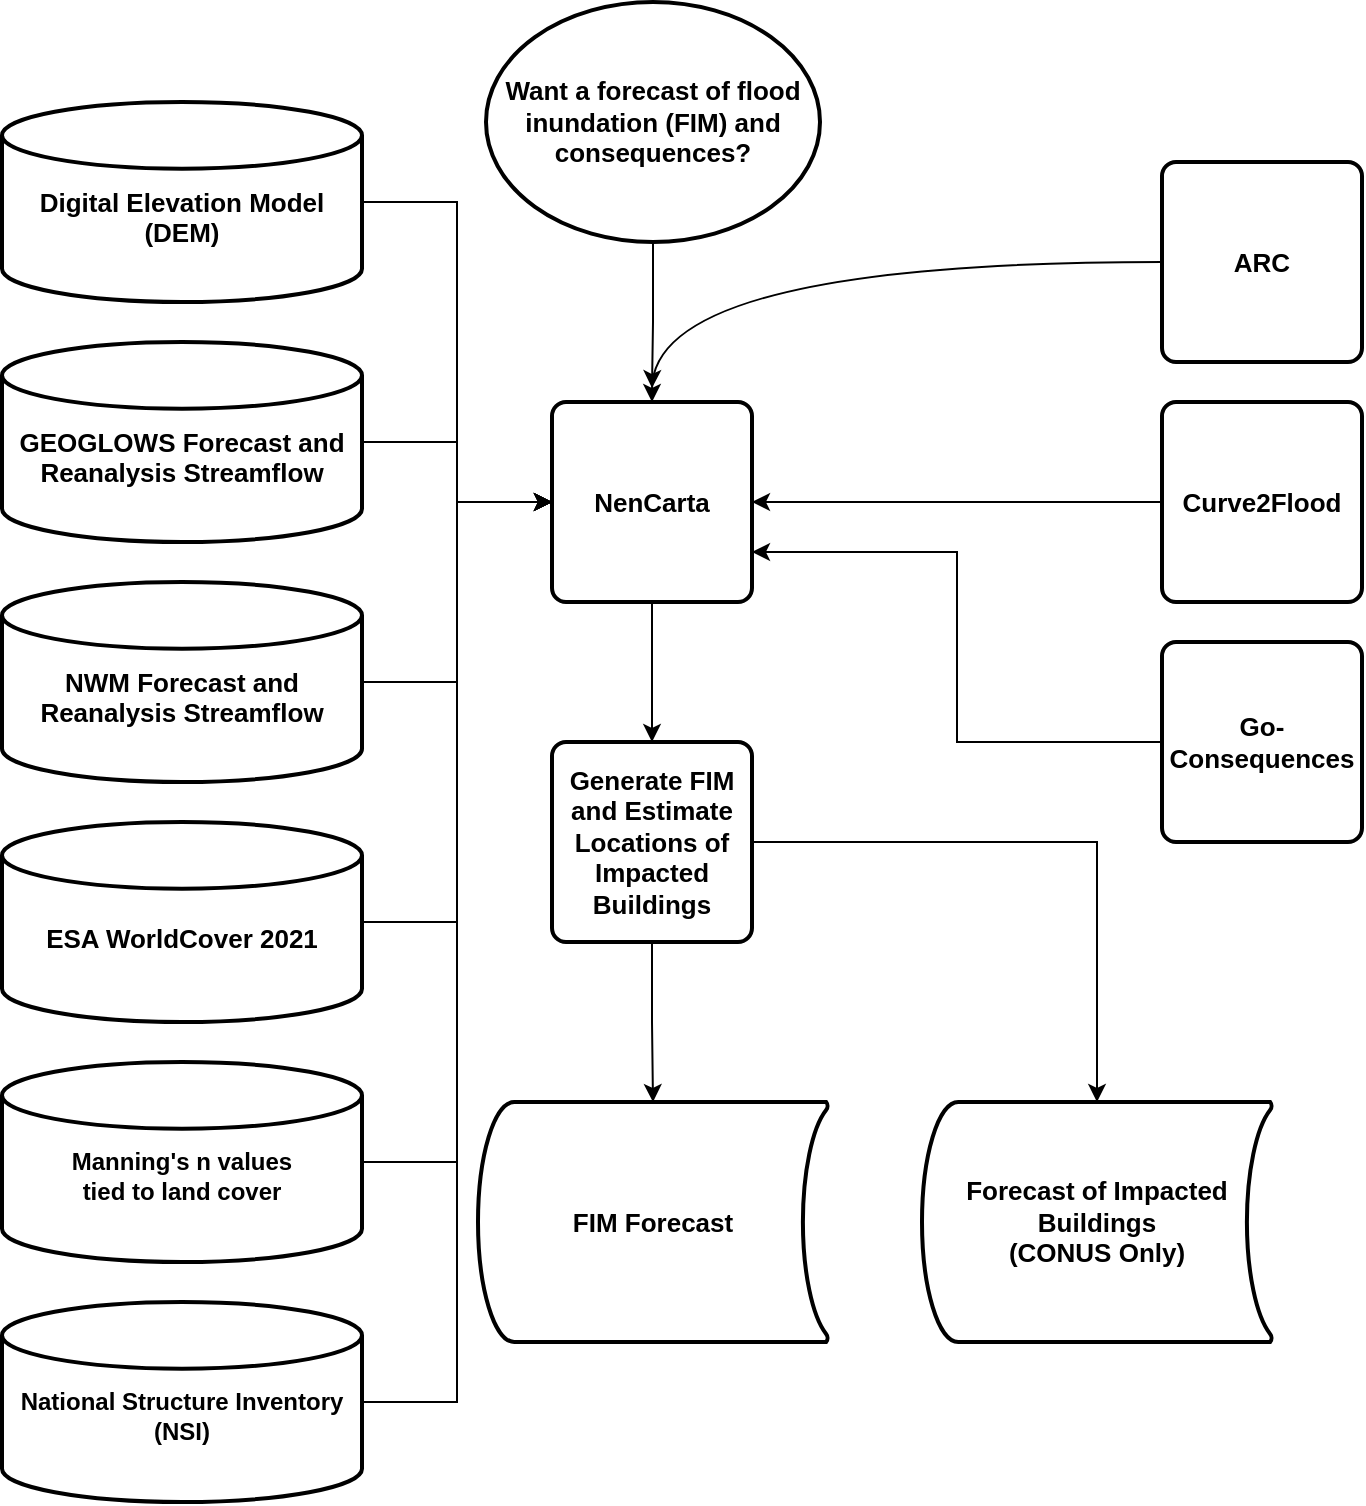
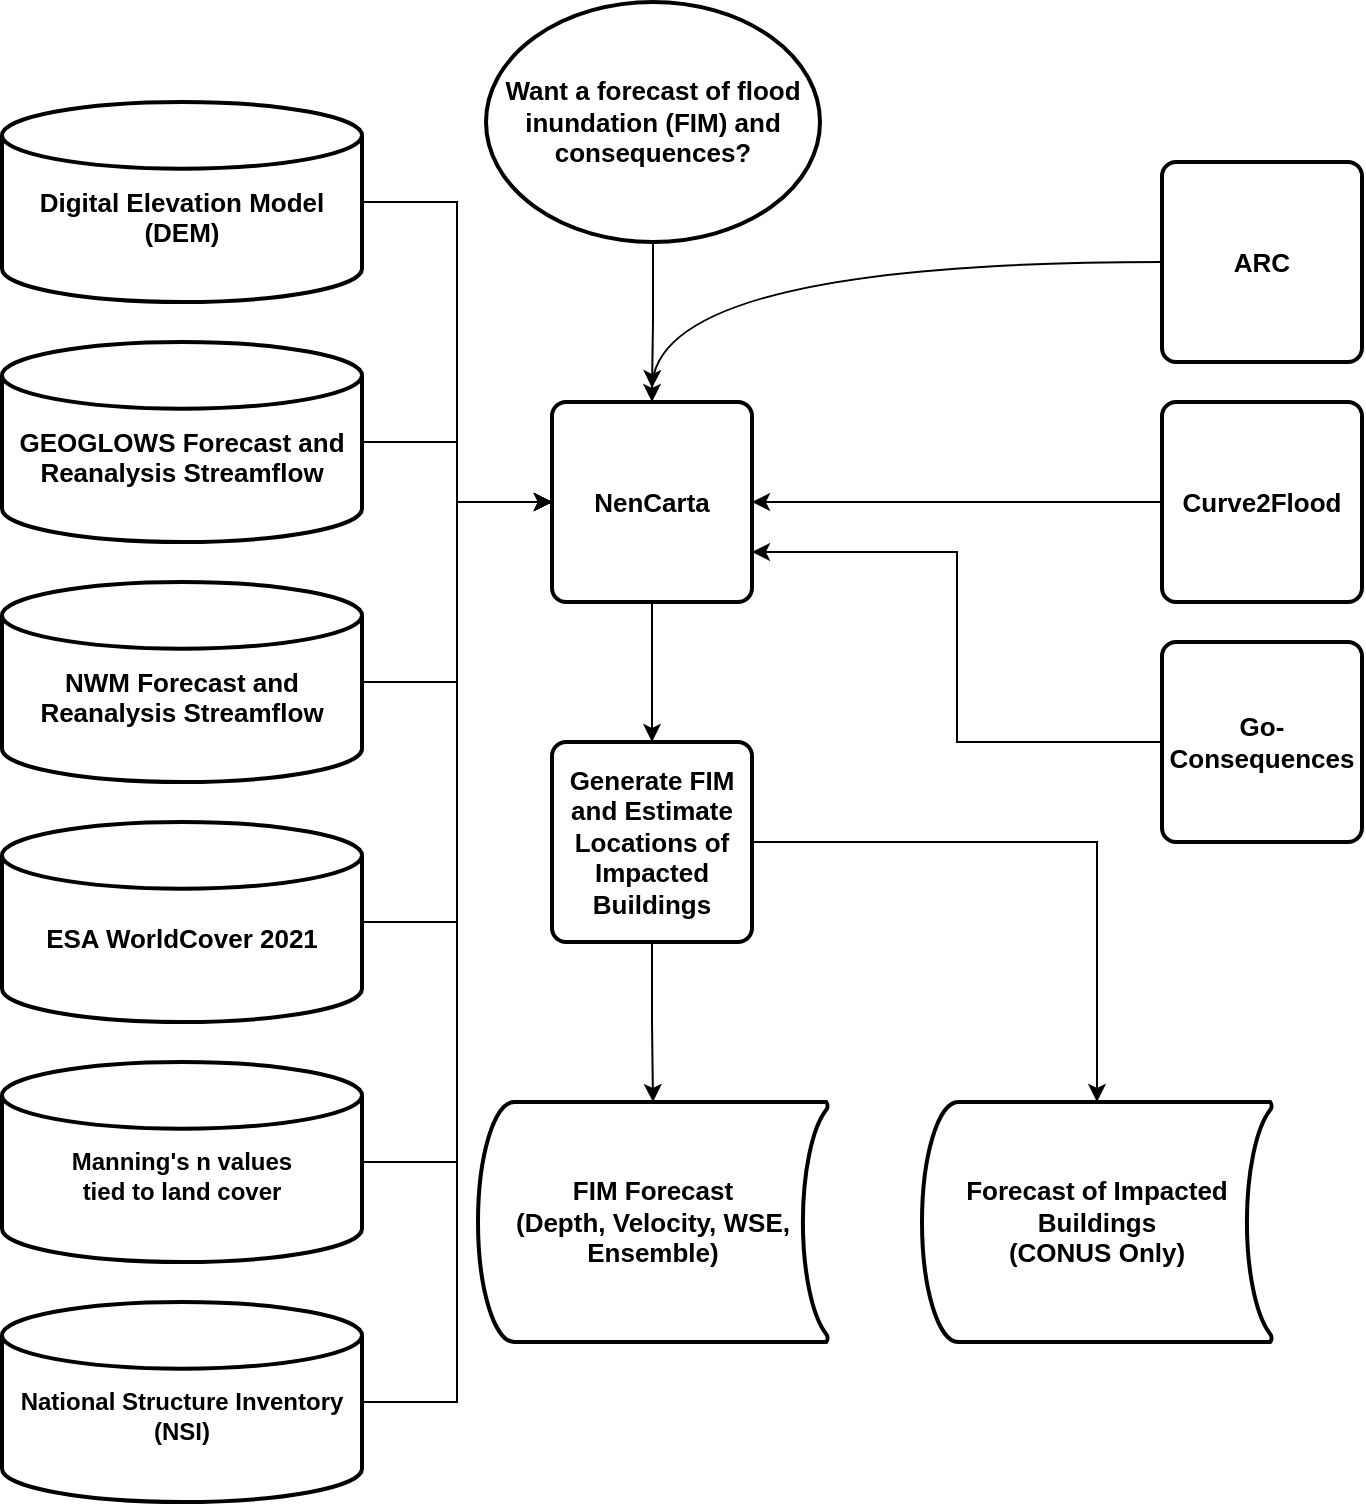
- <mxfile host="app.diagrams.net" agent="Mozilla/5.0 (Windows NT 10.0; Win64; x64) AppleWebKit/537.36 (KHTML, like Gecko) Chrome/142.0.0.0 Safari/537.36" version="28.2.8">
+ <mxfile host="app.diagrams.net" agent="Mozilla/5.0 (Windows NT 10.0; Win64; x64) AppleWebKit/537.36 (KHTML, like Gecko) Chrome/144.0.0.0 Safari/537.36" version="29.3.8">
  <diagram name="Page-1" id="rERJF2D1YIABF24GHqnC">
-     <mxGraphModel dx="1426" dy="1877" grid="1" gridSize="10" guides="1" tooltips="1" connect="1" arrows="1" fold="1" page="1" pageScale="1" pageWidth="850" pageHeight="1100" math="0" shadow="0">
+     <mxGraphModel dx="1426" dy="1843" grid="1" gridSize="10" guides="1" tooltips="1" connect="1" arrows="1" fold="1" page="1" pageScale="1" pageWidth="850" pageHeight="1100" math="0" shadow="0">
      <root>
        <mxCell id="0" />
        <mxCell id="1" parent="0" />
-         <mxCell id="NN2RdpUQW-DhD2QBmOeE-2" value="&lt;b&gt;&lt;font style=&quot;font-size: 13px;&quot;&gt;Want a forecast of flood inundation (FIM) and consequences?&lt;br&gt;&lt;/font&gt;&lt;/b&gt;" style="strokeWidth=2;html=1;shape=mxgraph.flowchart.start_1;whiteSpace=wrap;" parent="1" vertex="1">
-           <mxGeometry x="342" y="-30" width="167" height="120" as="geometry" />
+         <mxCell id="NN2RdpUQW-DhD2QBmOeE-2" parent="1" style="strokeWidth=2;html=1;shape=mxgraph.flowchart.start_1;whiteSpace=wrap;" value="&lt;b&gt;&lt;font style=&quot;font-size: 13px;&quot;&gt;Want a forecast of flood inundation (FIM) and consequences?&lt;br&gt;&lt;/font&gt;&lt;/b&gt;" vertex="1">
+           <mxGeometry height="120" width="167" x="342" y="-30" as="geometry" />
        </mxCell>
-         <mxCell id="NN2RdpUQW-DhD2QBmOeE-3" value="&lt;div&gt;&lt;b&gt;&lt;font style=&quot;font-size: 13px;&quot;&gt;&lt;br&gt;&lt;/font&gt;&lt;/b&gt;&lt;/div&gt;&lt;b&gt;&lt;font style=&quot;font-size: 13px;&quot;&gt;GEOGLOWS Forecast and Reanalysis Streamflow&lt;/font&gt;&lt;/b&gt;" style="strokeWidth=2;html=1;shape=mxgraph.flowchart.database;whiteSpace=wrap;" parent="1" vertex="1">
-           <mxGeometry x="100" y="140" width="180" height="100" as="geometry" />
+         <mxCell id="NN2RdpUQW-DhD2QBmOeE-3" parent="1" style="strokeWidth=2;html=1;shape=mxgraph.flowchart.database;whiteSpace=wrap;" value="&lt;div&gt;&lt;b&gt;&lt;font style=&quot;font-size: 13px;&quot;&gt;&lt;br&gt;&lt;/font&gt;&lt;/b&gt;&lt;/div&gt;&lt;b&gt;&lt;font style=&quot;font-size: 13px;&quot;&gt;GEOGLOWS Forecast and Reanalysis Streamflow&lt;/font&gt;&lt;/b&gt;" vertex="1">
+           <mxGeometry height="100" width="180" x="100" y="140" as="geometry" />
        </mxCell>
-         <mxCell id="NN2RdpUQW-DhD2QBmOeE-14" style="edgeStyle=orthogonalEdgeStyle;rounded=0;orthogonalLoop=1;jettySize=auto;html=1;entryX=0;entryY=0.5;entryDx=0;entryDy=0;" parent="1" source="NN2RdpUQW-DhD2QBmOeE-4" target="NN2RdpUQW-DhD2QBmOeE-8" edge="1">
+         <mxCell id="NN2RdpUQW-DhD2QBmOeE-14" edge="1" parent="1" source="NN2RdpUQW-DhD2QBmOeE-4" style="edgeStyle=orthogonalEdgeStyle;rounded=0;orthogonalLoop=1;jettySize=auto;html=1;entryX=0;entryY=0.5;entryDx=0;entryDy=0;" target="NN2RdpUQW-DhD2QBmOeE-8">
          <mxGeometry relative="1" as="geometry" />
        </mxCell>
-         <mxCell id="NN2RdpUQW-DhD2QBmOeE-4" value="&lt;div&gt;&lt;b&gt;&lt;font style=&quot;font-size: 13px;&quot;&gt;&lt;br&gt;&lt;/font&gt;&lt;/b&gt;&lt;/div&gt;&lt;b&gt;&lt;font style=&quot;font-size: 13px;&quot;&gt;NWM Forecast and Reanalysis Streamflow&lt;/font&gt;&lt;/b&gt;" style="strokeWidth=2;html=1;shape=mxgraph.flowchart.database;whiteSpace=wrap;" parent="1" vertex="1">
-           <mxGeometry x="100" y="260" width="180" height="100" as="geometry" />
+         <mxCell id="NN2RdpUQW-DhD2QBmOeE-4" parent="1" style="strokeWidth=2;html=1;shape=mxgraph.flowchart.database;whiteSpace=wrap;" value="&lt;div&gt;&lt;b&gt;&lt;font style=&quot;font-size: 13px;&quot;&gt;&lt;br&gt;&lt;/font&gt;&lt;/b&gt;&lt;/div&gt;&lt;b&gt;&lt;font style=&quot;font-size: 13px;&quot;&gt;NWM Forecast and Reanalysis Streamflow&lt;/font&gt;&lt;/b&gt;" vertex="1">
+           <mxGeometry height="100" width="180" x="100" y="260" as="geometry" />
        </mxCell>
-         <mxCell id="NN2RdpUQW-DhD2QBmOeE-5" value="&lt;font style=&quot;font-size: 13px;&quot;&gt;&lt;b style=&quot;&quot;&gt;ARC&lt;/b&gt;&lt;/font&gt;" style="rounded=1;whiteSpace=wrap;html=1;absoluteArcSize=1;arcSize=14;strokeWidth=2;" parent="1" vertex="1">
-           <mxGeometry x="680" y="50" width="100" height="100" as="geometry" />
+         <mxCell id="NN2RdpUQW-DhD2QBmOeE-5" parent="1" style="rounded=1;whiteSpace=wrap;html=1;absoluteArcSize=1;arcSize=14;strokeWidth=2;" value="&lt;font style=&quot;font-size: 13px;&quot;&gt;&lt;b style=&quot;&quot;&gt;ARC&lt;/b&gt;&lt;/font&gt;" vertex="1">
+           <mxGeometry height="100" width="100" x="680" y="50" as="geometry" />
        </mxCell>
-         <mxCell id="NN2RdpUQW-DhD2QBmOeE-11" style="edgeStyle=orthogonalEdgeStyle;rounded=0;orthogonalLoop=1;jettySize=auto;html=1;" parent="1" source="NN2RdpUQW-DhD2QBmOeE-6" target="NN2RdpUQW-DhD2QBmOeE-8" edge="1">
+         <mxCell id="NN2RdpUQW-DhD2QBmOeE-11" edge="1" parent="1" source="NN2RdpUQW-DhD2QBmOeE-6" style="edgeStyle=orthogonalEdgeStyle;rounded=0;orthogonalLoop=1;jettySize=auto;html=1;" target="NN2RdpUQW-DhD2QBmOeE-8">
          <mxGeometry relative="1" as="geometry" />
        </mxCell>
-         <mxCell id="NN2RdpUQW-DhD2QBmOeE-6" value="&lt;font style=&quot;font-size: 13px;&quot;&gt;&lt;b style=&quot;&quot;&gt;Curve2Flood&lt;/b&gt;&lt;/font&gt;" style="rounded=1;whiteSpace=wrap;html=1;absoluteArcSize=1;arcSize=14;strokeWidth=2;" parent="1" vertex="1">
-           <mxGeometry x="680" y="170" width="100" height="100" as="geometry" />
+         <mxCell id="NN2RdpUQW-DhD2QBmOeE-6" parent="1" style="rounded=1;whiteSpace=wrap;html=1;absoluteArcSize=1;arcSize=14;strokeWidth=2;" value="&lt;font style=&quot;font-size: 13px;&quot;&gt;&lt;b style=&quot;&quot;&gt;Curve2Flood&lt;/b&gt;&lt;/font&gt;" vertex="1">
+           <mxGeometry height="100" width="100" x="680" y="170" as="geometry" />
        </mxCell>
-         <mxCell id="NN2RdpUQW-DhD2QBmOeE-12" style="edgeStyle=orthogonalEdgeStyle;rounded=0;orthogonalLoop=1;jettySize=auto;html=1;entryX=1;entryY=0.75;entryDx=0;entryDy=0;" parent="1" source="NN2RdpUQW-DhD2QBmOeE-7" target="NN2RdpUQW-DhD2QBmOeE-8" edge="1">
+         <mxCell id="NN2RdpUQW-DhD2QBmOeE-12" edge="1" parent="1" source="NN2RdpUQW-DhD2QBmOeE-7" style="edgeStyle=orthogonalEdgeStyle;rounded=0;orthogonalLoop=1;jettySize=auto;html=1;entryX=1;entryY=0.75;entryDx=0;entryDy=0;" target="NN2RdpUQW-DhD2QBmOeE-8">
          <mxGeometry relative="1" as="geometry" />
        </mxCell>
-         <mxCell id="NN2RdpUQW-DhD2QBmOeE-7" value="&lt;font style=&quot;font-size: 13px;&quot;&gt;&lt;b style=&quot;&quot;&gt;Go-Consequences&lt;/b&gt;&lt;/font&gt;" style="rounded=1;whiteSpace=wrap;html=1;absoluteArcSize=1;arcSize=14;strokeWidth=2;" parent="1" vertex="1">
-           <mxGeometry x="680" y="290" width="100" height="100" as="geometry" />
+         <mxCell id="NN2RdpUQW-DhD2QBmOeE-7" parent="1" style="rounded=1;whiteSpace=wrap;html=1;absoluteArcSize=1;arcSize=14;strokeWidth=2;" value="&lt;font style=&quot;font-size: 13px;&quot;&gt;&lt;b style=&quot;&quot;&gt;Go-Consequences&lt;/b&gt;&lt;/font&gt;" vertex="1">
+           <mxGeometry height="100" width="100" x="680" y="290" as="geometry" />
        </mxCell>
-         <mxCell id="NN2RdpUQW-DhD2QBmOeE-22" style="edgeStyle=orthogonalEdgeStyle;rounded=0;orthogonalLoop=1;jettySize=auto;html=1;" parent="1" source="NN2RdpUQW-DhD2QBmOeE-8" target="NN2RdpUQW-DhD2QBmOeE-21" edge="1">
+         <mxCell id="NN2RdpUQW-DhD2QBmOeE-22" edge="1" parent="1" source="NN2RdpUQW-DhD2QBmOeE-8" style="edgeStyle=orthogonalEdgeStyle;rounded=0;orthogonalLoop=1;jettySize=auto;html=1;" target="NN2RdpUQW-DhD2QBmOeE-21">
          <mxGeometry relative="1" as="geometry" />
        </mxCell>
-         <mxCell id="NN2RdpUQW-DhD2QBmOeE-8" value="&lt;font style=&quot;font-size: 13px;&quot;&gt;&lt;b style=&quot;&quot;&gt;NenCarta&lt;/b&gt;&lt;/font&gt;" style="rounded=1;whiteSpace=wrap;html=1;absoluteArcSize=1;arcSize=14;strokeWidth=2;" parent="1" vertex="1">
-           <mxGeometry x="375" y="170" width="100" height="100" as="geometry" />
+         <mxCell id="NN2RdpUQW-DhD2QBmOeE-8" parent="1" style="rounded=1;whiteSpace=wrap;html=1;absoluteArcSize=1;arcSize=14;strokeWidth=2;" value="&lt;font style=&quot;font-size: 13px;&quot;&gt;&lt;b style=&quot;&quot;&gt;NenCarta&lt;/b&gt;&lt;/font&gt;" vertex="1">
+           <mxGeometry height="100" width="100" x="375" y="170" as="geometry" />
        </mxCell>
-         <mxCell id="NN2RdpUQW-DhD2QBmOeE-9" style="edgeStyle=orthogonalEdgeStyle;rounded=0;orthogonalLoop=1;jettySize=auto;html=1;curved=1;" parent="1" source="NN2RdpUQW-DhD2QBmOeE-5" target="NN2RdpUQW-DhD2QBmOeE-8" edge="1">
+         <mxCell id="NN2RdpUQW-DhD2QBmOeE-9" edge="1" parent="1" source="NN2RdpUQW-DhD2QBmOeE-5" style="edgeStyle=orthogonalEdgeStyle;rounded=0;orthogonalLoop=1;jettySize=auto;html=1;curved=1;" target="NN2RdpUQW-DhD2QBmOeE-8">
          <mxGeometry relative="1" as="geometry" />
        </mxCell>
-         <mxCell id="NN2RdpUQW-DhD2QBmOeE-10" style="edgeStyle=orthogonalEdgeStyle;rounded=0;orthogonalLoop=1;jettySize=auto;html=1;entryX=0.5;entryY=-0.07;entryDx=0;entryDy=0;entryPerimeter=0;" parent="1" source="NN2RdpUQW-DhD2QBmOeE-2" target="NN2RdpUQW-DhD2QBmOeE-8" edge="1">
+         <mxCell id="NN2RdpUQW-DhD2QBmOeE-10" edge="1" parent="1" source="NN2RdpUQW-DhD2QBmOeE-2" style="edgeStyle=orthogonalEdgeStyle;rounded=0;orthogonalLoop=1;jettySize=auto;html=1;entryX=0.5;entryY=-0.07;entryDx=0;entryDy=0;entryPerimeter=0;" target="NN2RdpUQW-DhD2QBmOeE-8">
          <mxGeometry relative="1" as="geometry" />
        </mxCell>
-         <mxCell id="NN2RdpUQW-DhD2QBmOeE-13" style="edgeStyle=orthogonalEdgeStyle;rounded=0;orthogonalLoop=1;jettySize=auto;html=1;" parent="1" source="NN2RdpUQW-DhD2QBmOeE-3" target="NN2RdpUQW-DhD2QBmOeE-8" edge="1">
+         <mxCell id="NN2RdpUQW-DhD2QBmOeE-13" edge="1" parent="1" source="NN2RdpUQW-DhD2QBmOeE-3" style="edgeStyle=orthogonalEdgeStyle;rounded=0;orthogonalLoop=1;jettySize=auto;html=1;" target="NN2RdpUQW-DhD2QBmOeE-8">
          <mxGeometry relative="1" as="geometry">
            <mxPoint x="360" y="190" as="targetPoint" />
          </mxGeometry>
        </mxCell>
-         <mxCell id="NN2RdpUQW-DhD2QBmOeE-15" value="&lt;div&gt;&lt;b&gt;&lt;font style=&quot;font-size: 13px;&quot;&gt;&lt;br&gt;&lt;/font&gt;&lt;/b&gt;&lt;/div&gt;&lt;b&gt;&lt;font style=&quot;font-size: 13px;&quot;&gt;ESA WorldCover 2021&lt;/font&gt;&lt;/b&gt;" style="strokeWidth=2;html=1;shape=mxgraph.flowchart.database;whiteSpace=wrap;" parent="1" vertex="1">
-           <mxGeometry x="100" y="380" width="180" height="100" as="geometry" />
+         <mxCell id="NN2RdpUQW-DhD2QBmOeE-15" parent="1" style="strokeWidth=2;html=1;shape=mxgraph.flowchart.database;whiteSpace=wrap;" value="&lt;div&gt;&lt;b&gt;&lt;font style=&quot;font-size: 13px;&quot;&gt;&lt;br&gt;&lt;/font&gt;&lt;/b&gt;&lt;/div&gt;&lt;b&gt;&lt;font style=&quot;font-size: 13px;&quot;&gt;ESA WorldCover 2021&lt;/font&gt;&lt;/b&gt;" vertex="1">
+           <mxGeometry height="100" width="180" x="100" y="380" as="geometry" />
        </mxCell>
-         <mxCell id="NN2RdpUQW-DhD2QBmOeE-18" style="edgeStyle=orthogonalEdgeStyle;rounded=0;orthogonalLoop=1;jettySize=auto;html=1;entryX=0;entryY=0.5;entryDx=0;entryDy=0;" parent="1" source="NN2RdpUQW-DhD2QBmOeE-16" target="NN2RdpUQW-DhD2QBmOeE-8" edge="1">
+         <mxCell id="NN2RdpUQW-DhD2QBmOeE-18" edge="1" parent="1" source="NN2RdpUQW-DhD2QBmOeE-16" style="edgeStyle=orthogonalEdgeStyle;rounded=0;orthogonalLoop=1;jettySize=auto;html=1;entryX=0;entryY=0.5;entryDx=0;entryDy=0;" target="NN2RdpUQW-DhD2QBmOeE-8">
          <mxGeometry relative="1" as="geometry" />
        </mxCell>
-         <mxCell id="NN2RdpUQW-DhD2QBmOeE-16" value="&lt;div&gt;&lt;br&gt;&lt;/div&gt;&lt;div&gt;Manning&#39;s n values&lt;/div&gt;&lt;div&gt;tied to land cover&lt;/div&gt;" style="strokeWidth=2;html=1;shape=mxgraph.flowchart.database;whiteSpace=wrap;fontStyle=1" parent="1" vertex="1">
-           <mxGeometry x="100" y="500" width="180" height="100" as="geometry" />
+         <mxCell id="NN2RdpUQW-DhD2QBmOeE-16" parent="1" style="strokeWidth=2;html=1;shape=mxgraph.flowchart.database;whiteSpace=wrap;fontStyle=1" value="&lt;div&gt;&lt;br&gt;&lt;/div&gt;&lt;div&gt;Manning&#39;s n values&lt;/div&gt;&lt;div&gt;tied to land cover&lt;/div&gt;" vertex="1">
+           <mxGeometry height="100" width="180" x="100" y="500" as="geometry" />
        </mxCell>
-         <mxCell id="NN2RdpUQW-DhD2QBmOeE-17" style="edgeStyle=orthogonalEdgeStyle;rounded=0;orthogonalLoop=1;jettySize=auto;html=1;entryX=0;entryY=0.5;entryDx=0;entryDy=0;" parent="1" source="NN2RdpUQW-DhD2QBmOeE-15" target="NN2RdpUQW-DhD2QBmOeE-8" edge="1">
+         <mxCell id="NN2RdpUQW-DhD2QBmOeE-17" edge="1" parent="1" source="NN2RdpUQW-DhD2QBmOeE-15" style="edgeStyle=orthogonalEdgeStyle;rounded=0;orthogonalLoop=1;jettySize=auto;html=1;entryX=0;entryY=0.5;entryDx=0;entryDy=0;" target="NN2RdpUQW-DhD2QBmOeE-8">
          <mxGeometry relative="1" as="geometry">
            <mxPoint x="450" y="480" as="targetPoint" />
          </mxGeometry>
        </mxCell>
-         <mxCell id="NN2RdpUQW-DhD2QBmOeE-20" style="edgeStyle=orthogonalEdgeStyle;rounded=0;orthogonalLoop=1;jettySize=auto;html=1;entryX=0;entryY=0.5;entryDx=0;entryDy=0;" parent="1" source="NN2RdpUQW-DhD2QBmOeE-19" target="NN2RdpUQW-DhD2QBmOeE-8" edge="1">
+         <mxCell id="NN2RdpUQW-DhD2QBmOeE-20" edge="1" parent="1" source="NN2RdpUQW-DhD2QBmOeE-19" style="edgeStyle=orthogonalEdgeStyle;rounded=0;orthogonalLoop=1;jettySize=auto;html=1;entryX=0;entryY=0.5;entryDx=0;entryDy=0;" target="NN2RdpUQW-DhD2QBmOeE-8">
          <mxGeometry relative="1" as="geometry" />
        </mxCell>
-         <mxCell id="NN2RdpUQW-DhD2QBmOeE-19" value="&lt;div&gt;&lt;br&gt;&lt;/div&gt;&lt;div&gt;National Structure Inventory (NSI)&lt;/div&gt;" style="strokeWidth=2;html=1;shape=mxgraph.flowchart.database;whiteSpace=wrap;fontStyle=1" parent="1" vertex="1">
-           <mxGeometry x="100" y="620" width="180" height="100" as="geometry" />
+         <mxCell id="NN2RdpUQW-DhD2QBmOeE-19" parent="1" style="strokeWidth=2;html=1;shape=mxgraph.flowchart.database;whiteSpace=wrap;fontStyle=1" value="&lt;div&gt;&lt;br&gt;&lt;/div&gt;&lt;div&gt;National Structure Inventory (NSI)&lt;/div&gt;" vertex="1">
+           <mxGeometry height="100" width="180" x="100" y="620" as="geometry" />
        </mxCell>
-         <mxCell id="NN2RdpUQW-DhD2QBmOeE-24" style="edgeStyle=orthogonalEdgeStyle;rounded=0;orthogonalLoop=1;jettySize=auto;html=1;" parent="1" source="NN2RdpUQW-DhD2QBmOeE-21" target="NN2RdpUQW-DhD2QBmOeE-23" edge="1">
+         <mxCell id="NN2RdpUQW-DhD2QBmOeE-24" edge="1" parent="1" source="NN2RdpUQW-DhD2QBmOeE-21" style="edgeStyle=orthogonalEdgeStyle;rounded=0;orthogonalLoop=1;jettySize=auto;html=1;" target="NN2RdpUQW-DhD2QBmOeE-23">
          <mxGeometry relative="1" as="geometry" />
        </mxCell>
-         <mxCell id="NCzAMqm5hZG2JVB7q9fb-2" style="edgeStyle=orthogonalEdgeStyle;rounded=0;orthogonalLoop=1;jettySize=auto;html=1;" edge="1" parent="1" source="NN2RdpUQW-DhD2QBmOeE-21" target="NCzAMqm5hZG2JVB7q9fb-1">
+         <mxCell id="NCzAMqm5hZG2JVB7q9fb-2" edge="1" parent="1" source="NN2RdpUQW-DhD2QBmOeE-21" style="edgeStyle=orthogonalEdgeStyle;rounded=0;orthogonalLoop=1;jettySize=auto;html=1;" target="NCzAMqm5hZG2JVB7q9fb-1">
          <mxGeometry relative="1" as="geometry" />
        </mxCell>
-         <mxCell id="NN2RdpUQW-DhD2QBmOeE-21" value="&lt;font style=&quot;font-size: 13px;&quot;&gt;&lt;b style=&quot;&quot;&gt;Generate FIM and Estimate Locations of Impacted Buildings&lt;/b&gt;&lt;/font&gt;" style="rounded=1;whiteSpace=wrap;html=1;absoluteArcSize=1;arcSize=14;strokeWidth=2;" parent="1" vertex="1">
-           <mxGeometry x="375" y="340" width="100" height="100" as="geometry" />
+         <mxCell id="NN2RdpUQW-DhD2QBmOeE-21" parent="1" style="rounded=1;whiteSpace=wrap;html=1;absoluteArcSize=1;arcSize=14;strokeWidth=2;" value="&lt;font style=&quot;font-size: 13px;&quot;&gt;&lt;b style=&quot;&quot;&gt;Generate FIM and Estimate Locations of Impacted Buildings&lt;/b&gt;&lt;/font&gt;" vertex="1">
+           <mxGeometry height="100" width="100" x="375" y="340" as="geometry" />
        </mxCell>
-         <mxCell id="NN2RdpUQW-DhD2QBmOeE-23" value="&lt;span style=&quot;font-size: 13px;&quot;&gt;&lt;b&gt;FIM Forecast&lt;/b&gt;&lt;/span&gt;" style="strokeWidth=2;html=1;shape=mxgraph.flowchart.stored_data;whiteSpace=wrap;" parent="1" vertex="1">
-           <mxGeometry x="338" y="520" width="175" height="120" as="geometry" />
+         <mxCell id="NN2RdpUQW-DhD2QBmOeE-23" parent="1" style="strokeWidth=2;html=1;shape=mxgraph.flowchart.stored_data;whiteSpace=wrap;" value="&lt;span style=&quot;font-size: 13px;&quot;&gt;&lt;b&gt;FIM Forecast&lt;/b&gt;&lt;/span&gt;&lt;div&gt;&lt;span style=&quot;font-size: 13px;&quot;&gt;&lt;b&gt;(Depth, Velocity, WSE,&lt;/b&gt;&lt;/span&gt;&lt;/div&gt;&lt;div&gt;&lt;span style=&quot;font-size: 13px;&quot;&gt;&lt;b&gt;Ensemble)&lt;/b&gt;&lt;/span&gt;&lt;/div&gt;" vertex="1">
+           <mxGeometry height="120" width="175" x="338" y="520" as="geometry" />
        </mxCell>
-         <mxCell id="PJDw-Ws4KwC2r1LtV7Qj-2" style="edgeStyle=orthogonalEdgeStyle;rounded=0;orthogonalLoop=1;jettySize=auto;html=1;entryX=0;entryY=0.5;entryDx=0;entryDy=0;" parent="1" source="PJDw-Ws4KwC2r1LtV7Qj-1" target="NN2RdpUQW-DhD2QBmOeE-8" edge="1">
+         <mxCell id="PJDw-Ws4KwC2r1LtV7Qj-2" edge="1" parent="1" source="PJDw-Ws4KwC2r1LtV7Qj-1" style="edgeStyle=orthogonalEdgeStyle;rounded=0;orthogonalLoop=1;jettySize=auto;html=1;entryX=0;entryY=0.5;entryDx=0;entryDy=0;" target="NN2RdpUQW-DhD2QBmOeE-8">
          <mxGeometry relative="1" as="geometry" />
        </mxCell>
-         <mxCell id="PJDw-Ws4KwC2r1LtV7Qj-1" value="&lt;div&gt;&lt;font style=&quot;font-size: 13px;&quot;&gt;&lt;b&gt;&lt;br&gt;&lt;/b&gt;&lt;/font&gt;&lt;/div&gt;&lt;div&gt;&lt;b style=&quot;font-size: 13px; background-color: transparent; color: light-dark(rgb(0, 0, 0), rgb(255, 255, 255));&quot;&gt;Digital Elevation Model (DEM)&lt;/b&gt;&lt;/div&gt;" style="strokeWidth=2;html=1;shape=mxgraph.flowchart.database;whiteSpace=wrap;" parent="1" vertex="1">
-           <mxGeometry x="100" y="20" width="180" height="100" as="geometry" />
+         <mxCell id="PJDw-Ws4KwC2r1LtV7Qj-1" parent="1" style="strokeWidth=2;html=1;shape=mxgraph.flowchart.database;whiteSpace=wrap;" value="&lt;div&gt;&lt;font style=&quot;font-size: 13px;&quot;&gt;&lt;b&gt;&lt;br&gt;&lt;/b&gt;&lt;/font&gt;&lt;/div&gt;&lt;div&gt;&lt;b style=&quot;font-size: 13px; background-color: transparent; color: light-dark(rgb(0, 0, 0), rgb(255, 255, 255));&quot;&gt;Digital Elevation Model (DEM)&lt;/b&gt;&lt;/div&gt;" vertex="1">
+           <mxGeometry height="100" width="180" x="100" y="20" as="geometry" />
        </mxCell>
-         <mxCell id="NCzAMqm5hZG2JVB7q9fb-1" value="&lt;font style=&quot;font-size: 13px;&quot;&gt;&lt;b&gt;Forecast of Impacted Buildings&lt;/b&gt;&lt;/font&gt;&lt;div&gt;&lt;font style=&quot;font-size: 13px;&quot;&gt;&lt;b&gt;(CONUS Only)&lt;/b&gt;&lt;/font&gt;&lt;/div&gt;" style="strokeWidth=2;html=1;shape=mxgraph.flowchart.stored_data;whiteSpace=wrap;" vertex="1" parent="1">
-           <mxGeometry x="560" y="520" width="175" height="120" as="geometry" />
+         <mxCell id="NCzAMqm5hZG2JVB7q9fb-1" parent="1" style="strokeWidth=2;html=1;shape=mxgraph.flowchart.stored_data;whiteSpace=wrap;" value="&lt;font style=&quot;font-size: 13px;&quot;&gt;&lt;b&gt;Forecast of Impacted Buildings&lt;/b&gt;&lt;/font&gt;&lt;div&gt;&lt;font style=&quot;font-size: 13px;&quot;&gt;&lt;b&gt;(CONUS Only)&lt;/b&gt;&lt;/font&gt;&lt;/div&gt;" vertex="1">
+           <mxGeometry height="120" width="175" x="560" y="520" as="geometry" />
        </mxCell>
      </root>
    </mxGraphModel>
  </diagram>
</mxfile>
